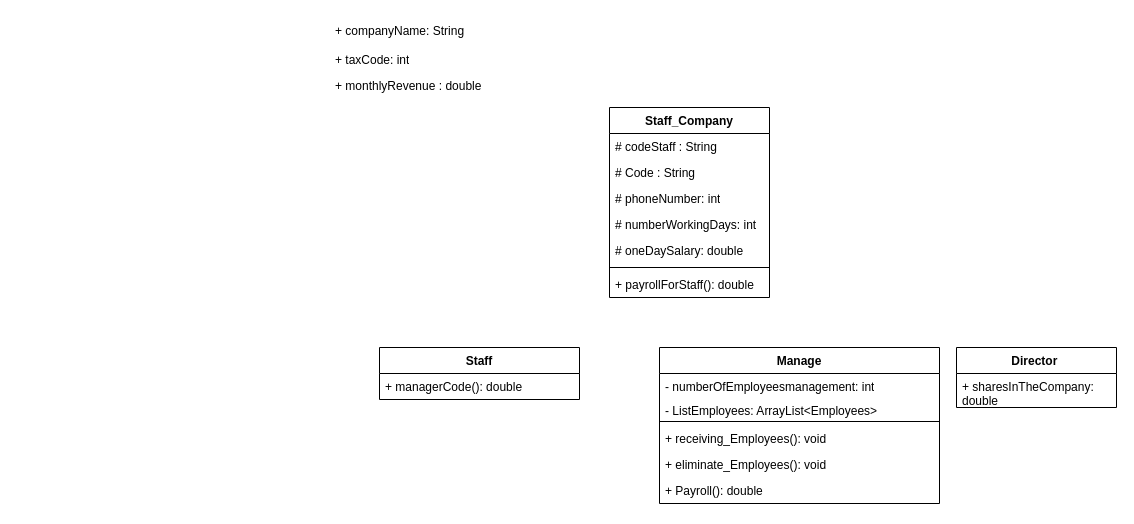
Above: ly_thuyet/Untitled Diagram.drawio in dangphuc1902/java_cybersoft (draw.io), before the change. Source tidied: cells renumbered, new cells numbered last; positions are measured from the earlier drawing's top-left corner, leaving out a move shared by most shapes. Both pictures are drawn from the tidied source at 100%, with x=0, y=0 at pixel (329, 17).
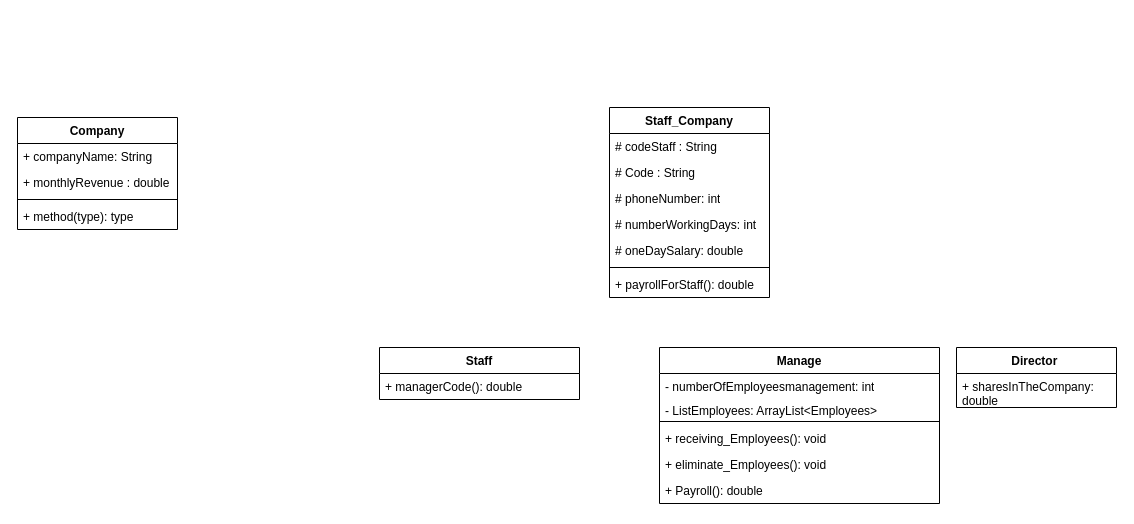
The same diagram, later.

Diff of the diagram source:
```diff
@@
+    <mxCell id="24" value="Company" style="swimlane;fontStyle=1;align=center;verticalAlign=top;horizontal=1;startSize=26;whiteSpace=wrap;html=1;" parent="1" vertex="1">
+      <mxGeometry x="-312" y="100" width="160" height="112" as="geometry" />
+    </mxCell>
-    <mxCell id="21" value="+ companyName: String" style="text;strokeColor=none;fillColor=none;align=left;verticalAlign=top;spacingLeft=4;spacingRight=4;overflow=hidden;whiteSpace=wrap;html=1;" parent="1" vertex="1">
-      <mxGeometry width="160" height="26" as="geometry" />
+    <mxCell id="21" value="+ companyName: String" style="text;strokeColor=none;fillColor=none;align=left;verticalAlign=top;spacingLeft=4;spacingRight=4;overflow=hidden;whiteSpace=wrap;html=1;" parent="24" vertex="1">
+      <mxGeometry y="26" width="160" height="26" as="geometry" />
     </mxCell>
-    <mxCell id="22" value="+ taxCode: int" style="text;strokeColor=none;fillColor=none;align=left;verticalAlign=top;spacingLeft=4;spacingRight=4;overflow=hidden;whiteSpace=wrap;html=1;" parent="1" vertex="1">
-      <mxGeometry y="29" width="160" height="26" as="geometry" />
-    </mxCell>
-    <mxCell id="23" value="+ monthlyRevenue : double" style="text;strokeColor=none;fillColor=none;align=left;verticalAlign=top;spacingLeft=4;spacingRight=4;overflow=hidden;whiteSpace=wrap;html=1;" parent="1" vertex="1">
-      <mxGeometry y="55" width="160" height="26" as="geometry" />
+    <mxCell id="23" value="+ monthlyRevenue : double" style="text;strokeColor=none;fillColor=none;align=left;verticalAlign=top;spacingLeft=4;spacingRight=4;overflow=hidden;whiteSpace=wrap;html=1;" parent="24" vertex="1">
+      <mxGeometry y="52" width="160" height="26" as="geometry" />
     </mxCell>
+    <mxCell id="25" style="line;strokeWidth=1;fillColor=none;align=left;verticalAlign=middle;spacingTop=-1;spacingLeft=3;spacingRight=3;labelPosition=right;strokeColor=inherit;" parent="24" vertex="1">
+      <mxGeometry y="78" width="160" height="8" as="geometry" />
+    </mxCell>
+    <mxCell id="26" value="+ method(type): type" style="text;strokeColor=none;fillColor=none;align=left;verticalAlign=top;spacingLeft=4;spacingRight=4;overflow=hidden;whiteSpace=wrap;html=1;" parent="24" vertex="1">
+      <mxGeometry y="86" width="160" height="26" as="geometry" />
+    </mxCell>
```
